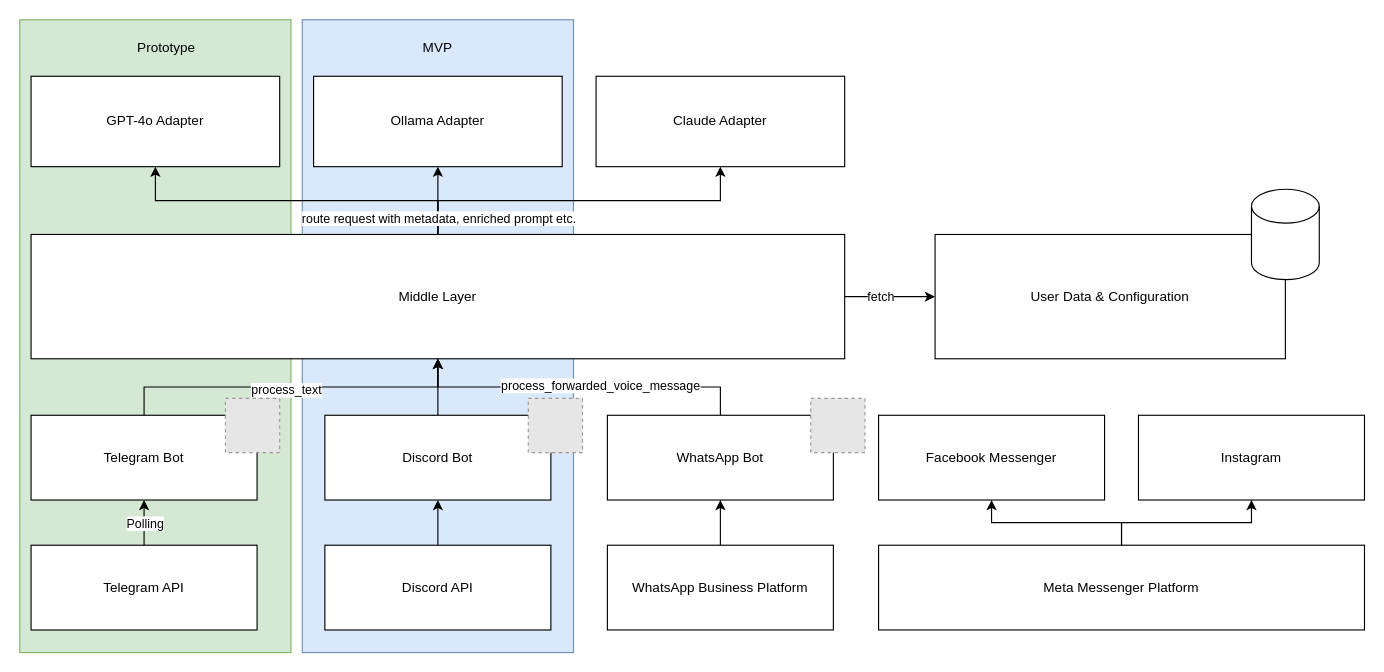
The draw.io diagram openllm-messaging.drawio in twaslowski/open-llm-messaging, before the edit. Source tidied: cells renumbered, new cells numbered last; positions are measured from the earlier drawing's top-left corner, leaving out a move shared by most shapes. Both pictures are drawn from the tidied source at 113%, with x=0, y=0 at pixel (19, 19). Pictures stored in the file or linked from it are replaced by grey dashed boxes.
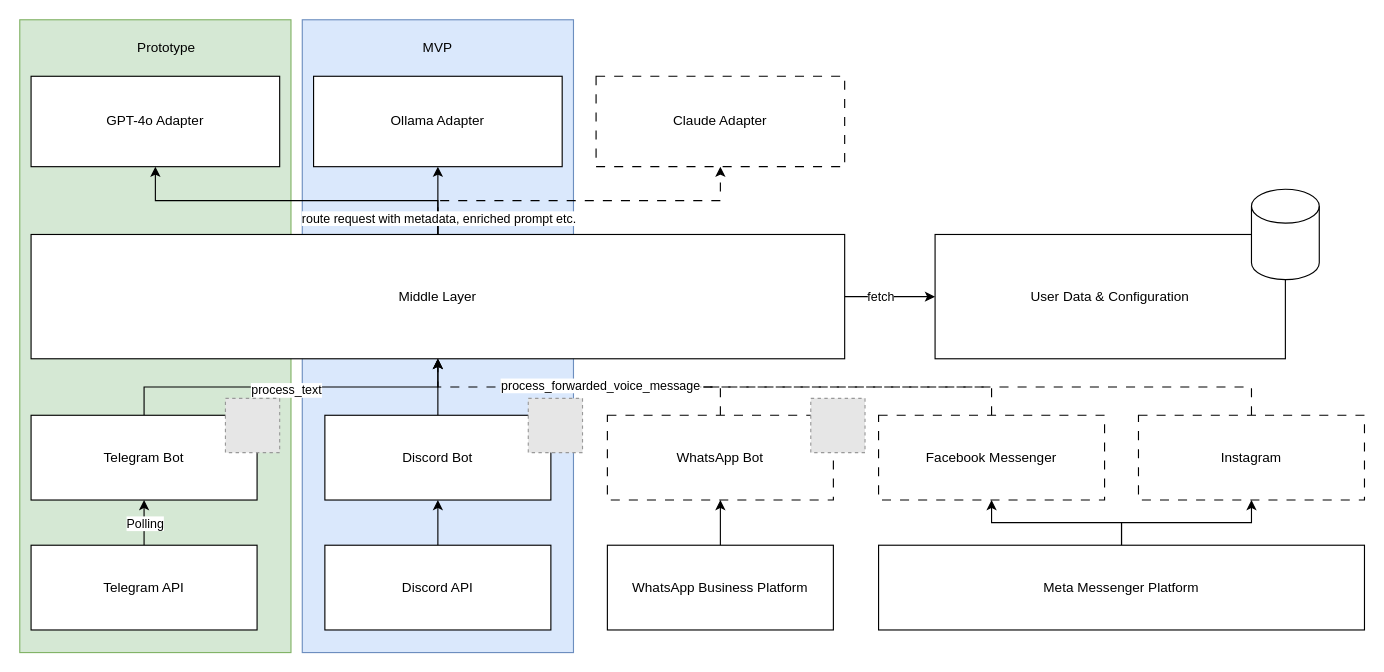
Above is the later version.

Unchanged cells that the change refers to:
```xml
<mxCell id="17" value="Middle Layer" style="rounded=0;whiteSpace=wrap;html=1;" parent="1" vertex="1">
  <mxGeometry x="10" y="190" width="720" height="110" as="geometry" />
</mxCell>
```

Change to the diagram source:
```diff
@@
+    <mxCell id="41" style="edgeStyle=orthogonalEdgeStyle;rounded=0;jettySize=auto;html=1;exitX=0.5;exitY=0;exitDx=0;exitDy=0;entryX=0.5;entryY=1;entryDx=0;entryDy=0;dashed=1;dashPattern=8 8;" parent="1" edge="1" source="36" target="17">
+      <mxGeometry relative="1" as="geometry" />
+    </mxCell>
+    <mxCell id="42" style="edgeStyle=orthogonalEdgeStyle;rounded=0;jettySize=auto;html=1;exitX=0.5;exitY=0;exitDx=0;exitDy=0;entryX=0.5;entryY=1;entryDx=0;entryDy=0;dashed=1;dashPattern=8 8;" parent="1" edge="1" source="37" target="17">
+      <mxGeometry relative="1" as="geometry" />
+    </mxCell>
@@
-    <mxCell id="15" style="edgeStyle=orthogonalEdgeStyle;rounded=0;jettySize=auto;html=1;exitX=0.5;exitY=0;exitDx=0;exitDy=0;entryX=0.5;entryY=1;entryDx=0;entryDy=0;" parent="1" edge="1" source="17" target="21">
+    <mxCell id="15" style="edgeStyle=orthogonalEdgeStyle;rounded=0;jettySize=auto;html=1;exitX=0.5;exitY=0;exitDx=0;exitDy=0;entryX=0.5;entryY=1;entryDx=0;entryDy=0;dashed=1;dashPattern=8 8;" parent="1" edge="1" source="17" target="21">
       <mxGeometry relative="1" as="geometry" />
     </mxCell>
@@
-    <mxCell id="21" value="Claude Adapter" style="rounded=0;whiteSpace=wrap;html=1;" parent="1" vertex="1">
+    <mxCell id="21" value="Claude Adapter" style="rounded=0;whiteSpace=wrap;html=1;dashed=1;dashPattern=8 8;" parent="1" vertex="1">
       <mxGeometry x="510" y="50" width="220" height="80" as="geometry" />
     </mxCell>
@@
-    <mxCell id="26" style="edgeStyle=orthogonalEdgeStyle;rounded=0;jettySize=auto;html=1;exitX=0.5;exitY=0;exitDx=0;exitDy=0;entryX=0.5;entryY=1;entryDx=0;entryDy=0;" parent="1" edge="1" source="28" target="17">
+    <mxCell id="26" style="edgeStyle=orthogonalEdgeStyle;rounded=0;jettySize=auto;html=1;exitX=0.5;exitY=0;exitDx=0;exitDy=0;entryX=0.5;entryY=1;entryDx=0;entryDy=0;dashed=1;dashPattern=8 8;" parent="1" edge="1" source="28" target="17">
       <mxGeometry relative="1" as="geometry" />
     </mxCell>
@@
-    <mxCell id="28" value="WhatsApp Bot" style="rounded=0;whiteSpace=wrap;html=1;" parent="1" vertex="1">
+    <mxCell id="28" value="WhatsApp Bot" style="rounded=0;whiteSpace=wrap;html=1;dashed=1;dashPattern=8 8;" parent="1" vertex="1">
       <mxGeometry x="520" y="350" width="200" height="75" as="geometry" />
     </mxCell>
@@
-    <mxCell id="36" value="Facebook Messenger" style="rounded=0;whiteSpace=wrap;html=1;" parent="1" vertex="1">
+    <mxCell id="36" value="Facebook Messenger" style="rounded=0;whiteSpace=wrap;html=1;dashed=1;dashPattern=8 8;" parent="1" vertex="1">
       <mxGeometry x="760" y="350" width="200" height="75" as="geometry" />
     </mxCell>
-    <mxCell id="37" value="Instagram" style="rounded=0;whiteSpace=wrap;html=1;" parent="1" vertex="1">
+    <mxCell id="37" value="Instagram" style="rounded=0;whiteSpace=wrap;html=1;dashed=1;dashPattern=8 8;" parent="1" vertex="1">
       <mxGeometry x="990" y="350" width="200" height="75" as="geometry" />
     </mxCell>
```
